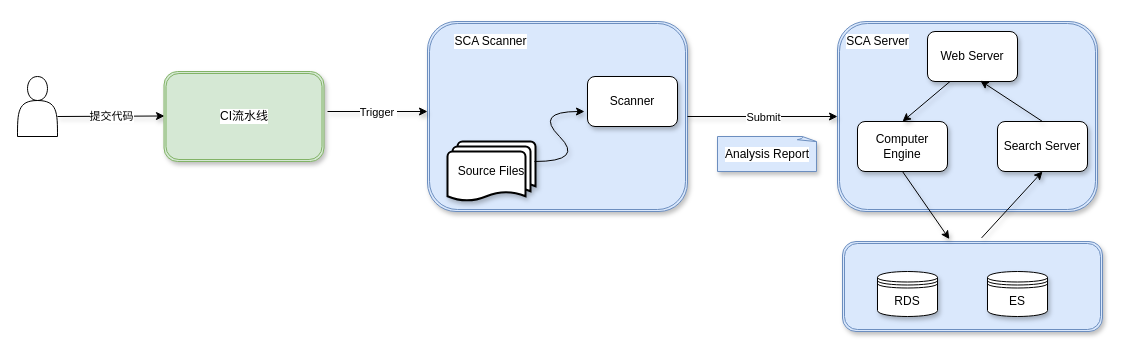
Above: .drawio in geekluxun/crazy-java (draw.io), before the change. Source tidied: cells renumbered, new cells numbered last; positions are measured from the earlier drawing's top-left corner, leaving out a move shared by most shapes. Both pictures are drawn from the tidied source at 100%, with x=0, y=0 at pixel (17, 21).
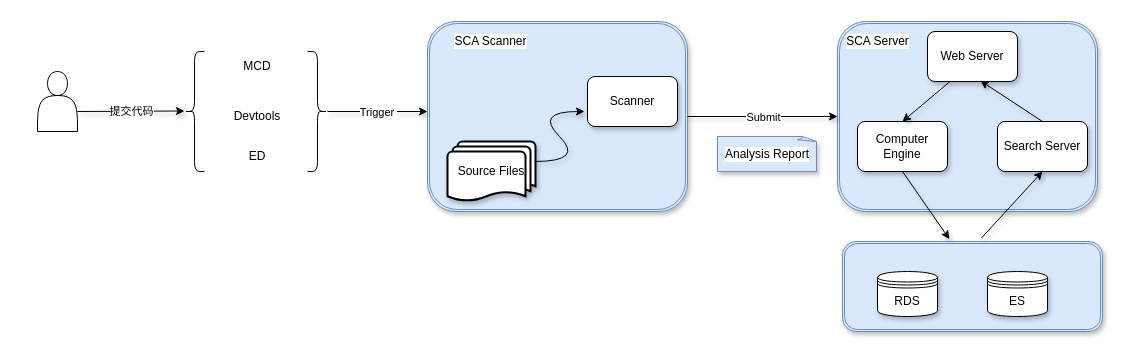
Above is the later version.

Diff of the diagram source:
```diff
@@
     <mxCell id="20" style="shape=actor;whiteSpace=wrap;html=1;labelBackgroundColor=default;" parent="1" vertex="1">
-      <mxGeometry y="55" width="40" height="60" as="geometry" />
+      <mxGeometry x="20" y="50" width="40" height="60" as="geometry" />
     </mxCell>
     <mxCell id="21" style="endArrow=classic;html=1;rounded=0;labelBackgroundColor=default;shadow=1;" parent="1" edge="1">
       <mxGeometry relative="1" as="geometry">
-        <mxPoint x="40" y="95" as="sourcePoint" />
-        <mxPoint x="147" y="94.5" as="targetPoint" />
+        <mxPoint x="60" y="90" as="sourcePoint" />
+        <mxPoint x="167" y="89.5" as="targetPoint" />
       </mxGeometry>
     </mxCell>
@@
-    <mxCell id="23" value="CI流水线" style="shape=ext;double=1;rounded=1;whiteSpace=wrap;html=1;labelBackgroundColor=default;fillColor=#d5e8d4;strokeColor=#82b366;shadow=1;" parent="1" vertex="1">
-      <mxGeometry x="146.5" y="50" width="160" height="90" as="geometry" />
-    </mxCell>
@@
+    <mxCell id="28" style="shape=curlyBracket;whiteSpace=wrap;html=1;rounded=1;" parent="1" vertex="1">
+      <mxGeometry x="167" y="30" width="20" height="120" as="geometry" />
+    </mxCell>
+    <mxCell id="29" style="shape=curlyBracket;whiteSpace=wrap;html=1;rounded=1;flipH=1;size=0.5;" parent="1" vertex="1">
+      <mxGeometry x="290" y="30" width="20" height="120" as="geometry" />
+    </mxCell>
+    <mxCell id="30" value="MCD" style="text;html=1;strokeColor=none;fillColor=none;align=center;verticalAlign=middle;whiteSpace=wrap;rounded=0;" parent="1" vertex="1">
+      <mxGeometry x="210" y="30" width="60" height="30" as="geometry" />
+    </mxCell>
+    <mxCell id="31" value="Devtools" style="text;html=1;strokeColor=none;fillColor=none;align=center;verticalAlign=middle;whiteSpace=wrap;rounded=0;" parent="1" vertex="1">
+      <mxGeometry x="210" y="80" width="60" height="30" as="geometry" />
+    </mxCell>
+    <mxCell id="32" value="ED" style="text;html=1;strokeColor=none;fillColor=none;align=center;verticalAlign=middle;whiteSpace=wrap;rounded=0;" parent="1" vertex="1">
+      <mxGeometry x="210" y="120" width="60" height="30" as="geometry" />
+    </mxCell>
```
